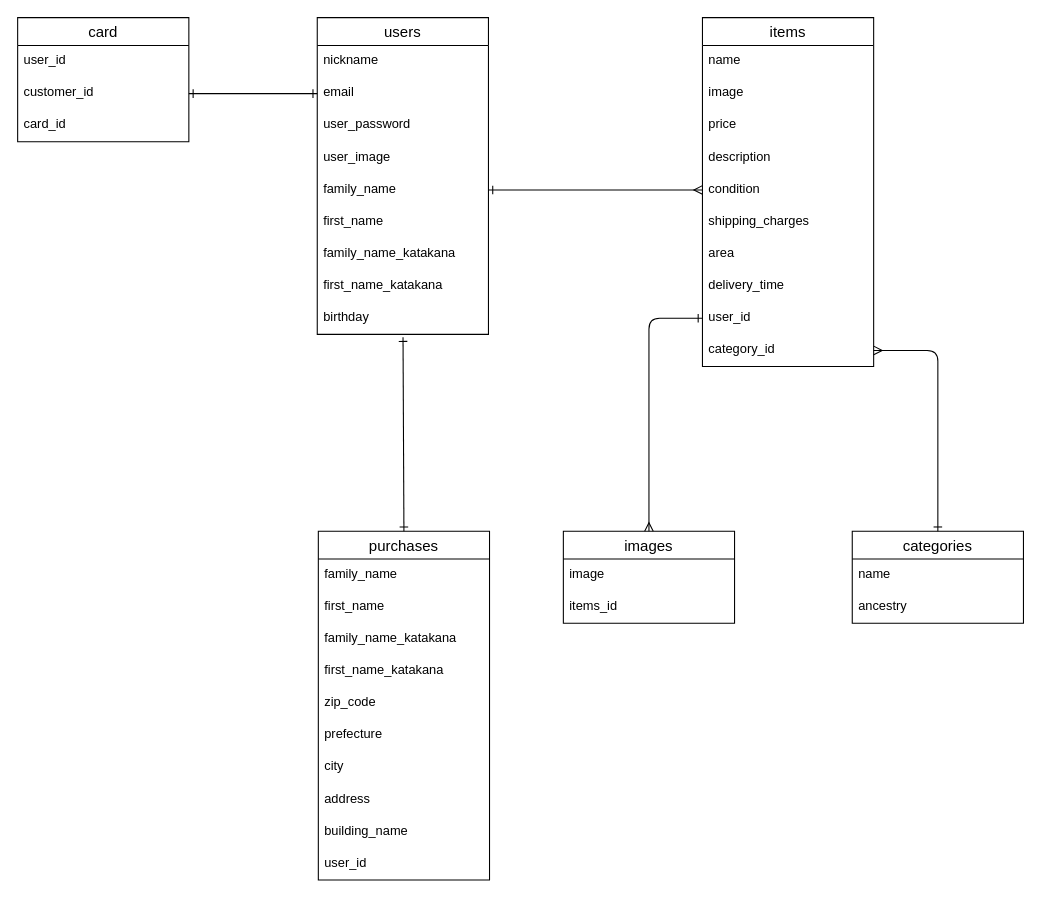
The draw.io diagram furima.dio in knskymsk/furima-39348, before the edit. Source tidied: cells renumbered, new cells numbered last; positions are measured from the earlier drawing's top-left corner, leaving out a move shared by most shapes. Both pictures are drawn from the tidied source at 107%, with x=0, y=0 at pixel (17, 17).
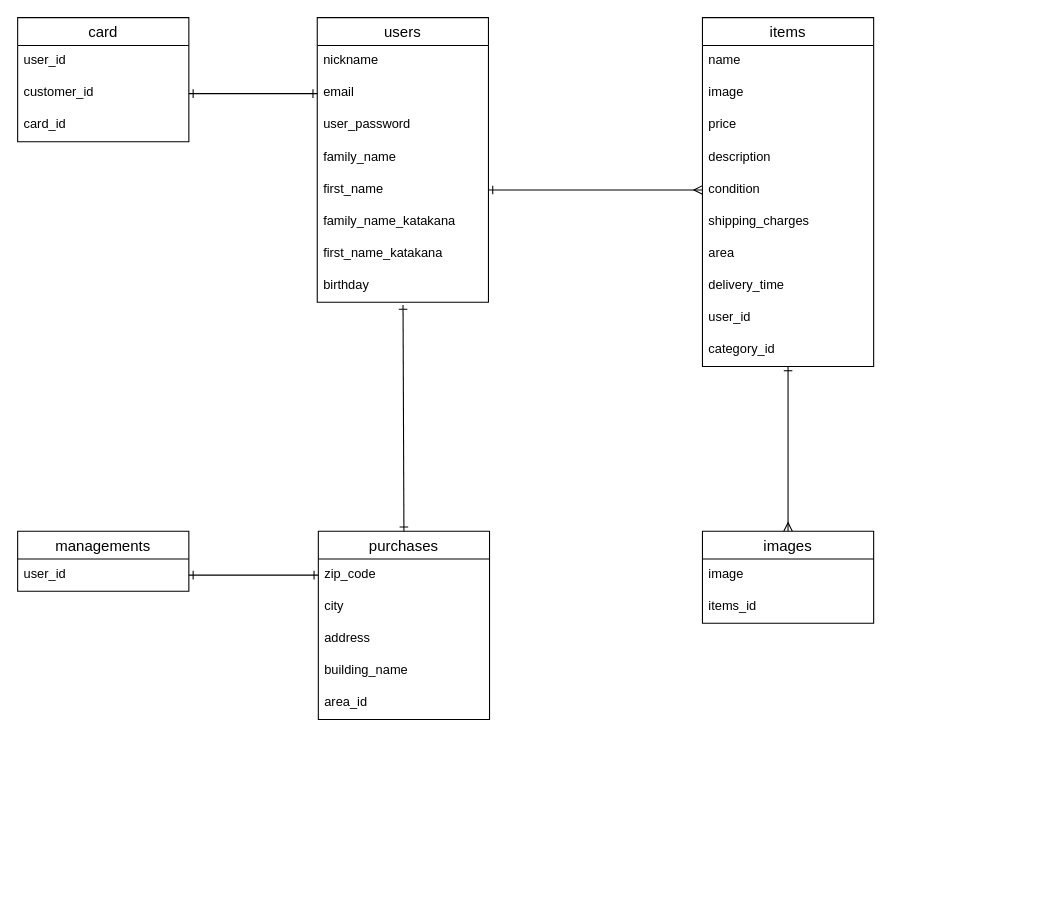
After the change.

Commit message (it also covers changes not shown here):
購入管理テーブル　作成

Unchanged cells that the change refers to:
```xml
<mxCell id="17" value="condition" style="text;strokeColor=none;fillColor=none;spacingLeft=4;spacingRight=4;overflow=hidden;points=[[0,0.5],[1,0.5]];portConstraint=eastwest;fontSize=12;" parent="12" vertex="1">
  <mxGeometry y="146" width="160" height="30" as="geometry" />
</mxCell>
<mxCell id="21" value="user_id" style="text;strokeColor=none;fillColor=none;spacingLeft=4;spacingRight=4;overflow=hidden;points=[[0,0.5],[1,0.5]];portConstraint=eastwest;fontSize=12;" parent="12" vertex="1">
  <mxGeometry y="266" width="160" height="30" as="geometry" />
</mxCell>
<mxCell id="22" value="category_id" style="text;strokeColor=none;fillColor=none;spacingLeft=4;spacingRight=4;overflow=hidden;points=[[0,0.5],[1,0.5]];portConstraint=eastwest;fontSize=12;" parent="12" vertex="1">
  <mxGeometry y="296" width="160" height="30" as="geometry" />
</mxCell>
```

The edit, as a diff of the source:
```diff
@@
     <mxCell id="2" value="users" style="swimlane;fontStyle=0;horizontal=1;startSize=26;align=center;fontSize=14;" parent="1" vertex="1">
-      <mxGeometry x="280" width="160" height="296" as="geometry" />
+      <mxGeometry x="280" width="160" height="266" as="geometry" />
     </mxCell>
@@
-    <mxCell id="6" value="user_image" style="text;strokeColor=none;fillColor=none;spacingLeft=4;spacingRight=4;overflow=hidden;fontSize=12;" parent="2" vertex="1">
-      <mxGeometry y="116" width="160" height="30" as="geometry" />
-    </mxCell>
     <mxCell id="7" value="family_name" style="text;strokeColor=none;fillColor=none;spacingLeft=4;spacingRight=4;overflow=hidden;points=[[0,0.5],[1,0.5]];portConstraint=eastwest;fontSize=12;" parent="2" vertex="1">
-      <mxGeometry y="146" width="160" height="30" as="geometry" />
+      <mxGeometry y="116" width="160" height="30" as="geometry" />
     </mxCell>
     <mxCell id="8" value="first_name" style="text;strokeColor=none;fillColor=none;spacingLeft=4;spacingRight=4;overflow=hidden;points=[[0,0.5],[1,0.5]];portConstraint=eastwest;fontSize=12;" parent="2" vertex="1">
-      <mxGeometry y="176" width="160" height="30" as="geometry" />
+      <mxGeometry y="146" width="160" height="30" as="geometry" />
     </mxCell>
     <mxCell id="9" value="family_name_katakana" style="text;strokeColor=none;fillColor=none;spacingLeft=4;spacingRight=4;overflow=hidden;fontSize=12;" parent="2" vertex="1">
-      <mxGeometry y="206" width="160" height="30" as="geometry" />
+      <mxGeometry y="176" width="160" height="30" as="geometry" />
     </mxCell>
     <mxCell id="10" value="first_name_katakana" style="text;strokeColor=none;fillColor=none;spacingLeft=4;spacingRight=4;overflow=hidden;fontSize=12;" parent="2" vertex="1">
-      <mxGeometry y="236" width="160" height="30" as="geometry" />
+      <mxGeometry y="206" width="160" height="30" as="geometry" />
     </mxCell>
     <mxCell id="11" value="birthday" style="text;strokeColor=none;fillColor=none;spacingLeft=4;spacingRight=4;overflow=hidden;points=[[0,0.5],[1,0.5]];portConstraint=eastwest;fontSize=12;" parent="2" vertex="1">
-      <mxGeometry y="266" width="160" height="30" as="geometry" />
+      <mxGeometry y="236" width="160" height="30" as="geometry" />
     </mxCell>
@@
     <mxCell id="23" value="purchases" style="swimlane;fontStyle=0;horizontal=1;startSize=26;align=center;fontSize=14;" parent="1" vertex="1">
-      <mxGeometry x="281" y="480" width="160" height="326" as="geometry" />
+      <mxGeometry x="281" y="480" width="160" height="176" as="geometry" />
     </mxCell>
-    <mxCell id="24" value="family_name" style="text;strokeColor=none;fillColor=none;spacingLeft=4;spacingRight=4;overflow=hidden;fontSize=12;" parent="23" vertex="1">
-      <mxGeometry y="26" width="160" height="30" as="geometry" />
-    </mxCell>
-    <mxCell id="25" value="first_name" style="text;strokeColor=none;fillColor=none;spacingLeft=4;spacingRight=4;overflow=hidden;fontSize=12;" parent="23" vertex="1">
-      <mxGeometry y="56" width="160" height="30" as="geometry" />
-    </mxCell>
-    <mxCell id="26" value="family_name_katakana" style="text;strokeColor=none;fillColor=none;spacingLeft=4;spacingRight=4;overflow=hidden;fontSize=12;" parent="23" vertex="1">
-      <mxGeometry y="86" width="160" height="30" as="geometry" />
-    </mxCell>
-    <mxCell id="27" value="first_name_katakana" style="text;strokeColor=none;fillColor=none;spacingLeft=4;spacingRight=4;overflow=hidden;fontSize=12;" parent="23" vertex="1">
-      <mxGeometry y="116" width="160" height="30" as="geometry" />
-    </mxCell>
     <mxCell id="28" value="zip_code" style="text;strokeColor=none;fillColor=none;spacingLeft=4;spacingRight=4;overflow=hidden;points=[[0,0.5],[1,0.5]];portConstraint=eastwest;fontSize=12;" parent="23" vertex="1">
-      <mxGeometry y="146" width="160" height="30" as="geometry" />
+      <mxGeometry y="26" width="160" height="30" as="geometry" />
     </mxCell>
-    <mxCell id="29" value="prefecture" style="text;strokeColor=none;fillColor=none;spacingLeft=4;spacingRight=4;overflow=hidden;fontSize=12;" parent="23" vertex="1">
-      <mxGeometry y="176" width="160" height="30" as="geometry" />
-    </mxCell>
     <mxCell id="30" value="city" style="text;strokeColor=none;fillColor=none;spacingLeft=4;spacingRight=4;overflow=hidden;fontSize=12;" parent="23" vertex="1">
-      <mxGeometry y="206" width="160" height="30" as="geometry" />
+      <mxGeometry y="56" width="160" height="30" as="geometry" />
     </mxCell>
     <mxCell id="31" value="address" style="text;strokeColor=none;fillColor=none;spacingLeft=4;spacingRight=4;overflow=hidden;fontSize=12;" parent="23" vertex="1">
-      <mxGeometry y="236" width="160" height="30" as="geometry" />
+      <mxGeometry y="86" width="160" height="30" as="geometry" />
     </mxCell>
     <mxCell id="32" value="building_name" style="text;strokeColor=none;fillColor=none;spacingLeft=4;spacingRight=4;overflow=hidden;fontSize=12;" parent="23" vertex="1">
-      <mxGeometry y="266" width="160" height="30" as="geometry" />
+      <mxGeometry y="116" width="160" height="30" as="geometry" />
     </mxCell>
-    <mxCell id="33" value="user_id" style="text;strokeColor=none;fillColor=none;spacingLeft=4;spacingRight=4;overflow=hidden;points=[[0,0.5],[1,0.5]];portConstraint=eastwest;fontSize=12;" parent="23" vertex="1">
-      <mxGeometry y="296" width="160" height="30" as="geometry" />
-    </mxCell>
+    <mxCell id="29" value="area_id" style="text;strokeColor=none;fillColor=none;spacingLeft=4;spacingRight=4;overflow=hidden;fontSize=12;" parent="23" vertex="1">
+      <mxGeometry y="146" width="160" height="30" as="geometry" />
+    </mxCell>
     <mxCell id="34" value="images" style="swimlane;fontStyle=0;horizontal=1;startSize=26;align=center;fontSize=14;" parent="1" vertex="1">
-      <mxGeometry x="510" y="480" width="160" height="86" as="geometry" />
+      <mxGeometry x="640" y="480" width="160" height="86" as="geometry" />
     </mxCell>
@@
-    <mxCell id="37" value="categories" style="swimlane;fontStyle=0;horizontal=1;startSize=26;align=center;fontSize=14;" parent="1" vertex="1">
-      <mxGeometry x="780" y="480" width="160" height="86" as="geometry" />
-    </mxCell>
-    <mxCell id="38" value="name" style="text;strokeColor=none;fillColor=none;spacingLeft=4;spacingRight=4;overflow=hidden;fontSize=12;" parent="37" vertex="1">
-      <mxGeometry y="26" width="160" height="30" as="geometry" />
-    </mxCell>
-    <mxCell id="39" value="ancestry" style="text;strokeColor=none;fillColor=none;spacingLeft=4;spacingRight=4;overflow=hidden;fontSize=12;" parent="37" vertex="1">
-      <mxGeometry y="56" width="160" height="30" as="geometry" />
-    </mxCell>
-    <mxCell id="40" style="edgeStyle=entityRelationEdgeStyle;fontSize=12;html=1;endArrow=ERmany;startArrow=ERone;entryX=0;entryY=0.5;entryDx=0;entryDy=0;exitX=1;exitY=0.5;exitDx=0;exitDy=0;startFill=0;endFill=0;" parent="1" edge="1" source="7" target="17">
+    <mxCell id="40" style="edgeStyle=entityRelationEdgeStyle;fontSize=12;html=1;endArrow=ERmany;startArrow=ERone;entryX=0;entryY=0.5;entryDx=0;entryDy=0;exitX=1;exitY=0.5;exitDx=0;exitDy=0;startFill=0;endFill=0;" parent="1" edge="1" source="8" target="17">
       <mxGeometry relative="1" as="geometry" />
     </mxCell>
@@
-    <mxCell id="42" style="fontSize=12;html=1;endArrow=ERmany;startArrow=ERone;entryX=1;entryY=0.5;entryDx=0;entryDy=0;exitX=0.5;exitY=0;exitDx=0;exitDy=0;edgeStyle=orthogonalEdgeStyle;startFill=0;endFill=0;" parent="1" edge="1" source="37" target="22">
-      <mxGeometry relative="1" as="geometry" />
-    </mxCell>
-    <mxCell id="43" style="edgeStyle=orthogonalEdgeStyle;fontSize=12;html=1;endArrow=ERmany;startArrow=ERone;exitX=0;exitY=0.5;exitDx=0;exitDy=0;entryX=0.5;entryY=0;entryDx=0;entryDy=0;startFill=0;endFill=0;" parent="1" edge="1" source="21" target="34">
+    <mxCell id="43" style="fontSize=12;html=1;endArrow=ERmany;startArrow=ERone;entryX=0.5;entryY=0;entryDx=0;entryDy=0;startFill=0;endFill=0;" parent="1" edge="1" source="22" target="34">
       <mxGeometry relative="1" as="geometry" />
     </mxCell>
@@
+    <mxCell id="49" value="managements" style="swimlane;fontStyle=0;horizontal=1;startSize=26;align=center;fontSize=14;" parent="1" vertex="1">
+      <mxGeometry y="480" width="160" height="56" as="geometry" />
+    </mxCell>
+    <mxCell id="33" value="user_id" style="text;strokeColor=none;fillColor=none;spacingLeft=4;spacingRight=4;overflow=hidden;points=[[0,0.5],[1,0.5]];portConstraint=eastwest;fontSize=12;" parent="49" vertex="1">
+      <mxGeometry y="26" width="160" height="30" as="geometry" />
+    </mxCell>
+    <mxCell id="50" style="fontSize=12;html=1;endArrow=ERone;startArrow=ERone;startFill=0;endFill=0;entryX=0;entryY=0.5;entryDx=0;entryDy=0;exitX=1;exitY=0.5;exitDx=0;exitDy=0;" parent="1" edge="1" source="33" target="28">
+      <mxGeometry relative="1" as="geometry" />
+    </mxCell>
```
